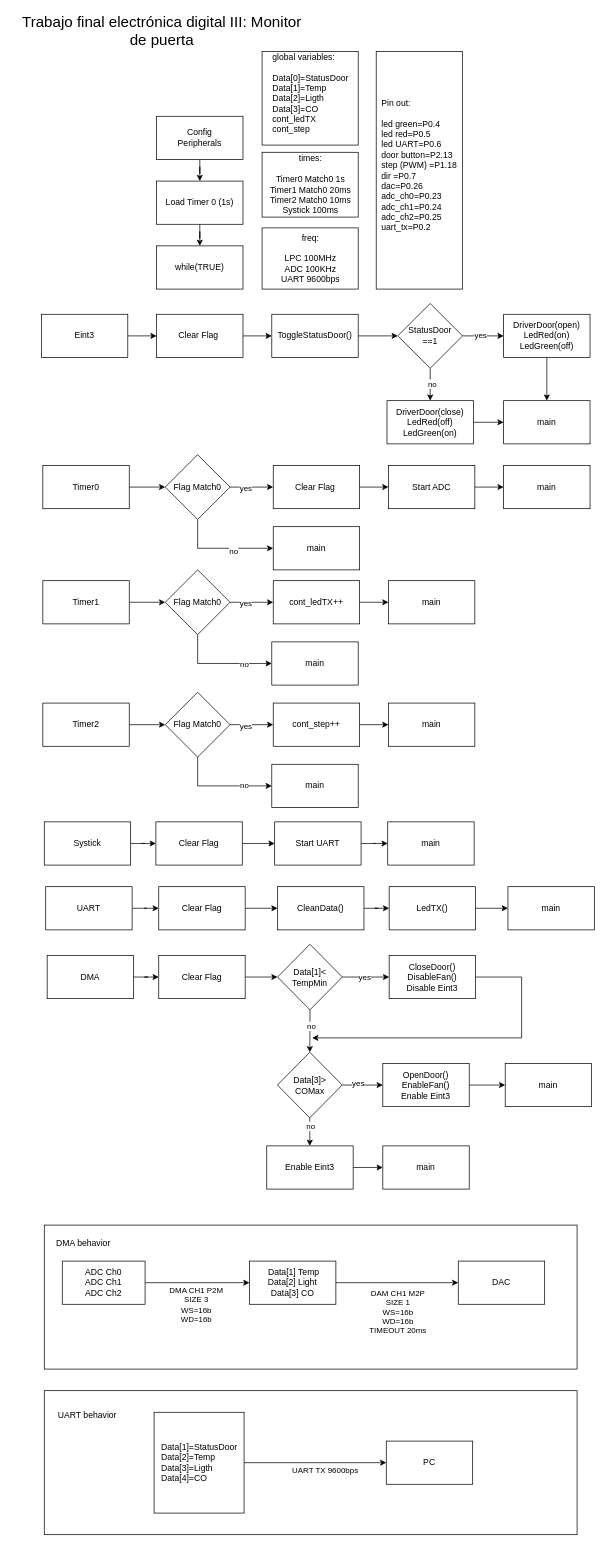
Above: images/Diagrama_ED3_TPF.drawio in ICOMP-UNC/Los-Intocables (draw.io), before the change. Source tidied: cells renumbered, new cells numbered last; positions are measured from the earlier drawing's top-left corner, leaving out a move shared by most shapes. Both pictures are drawn from the tidied source at 72%, with x=0, y=0 at pixel (12, 30).
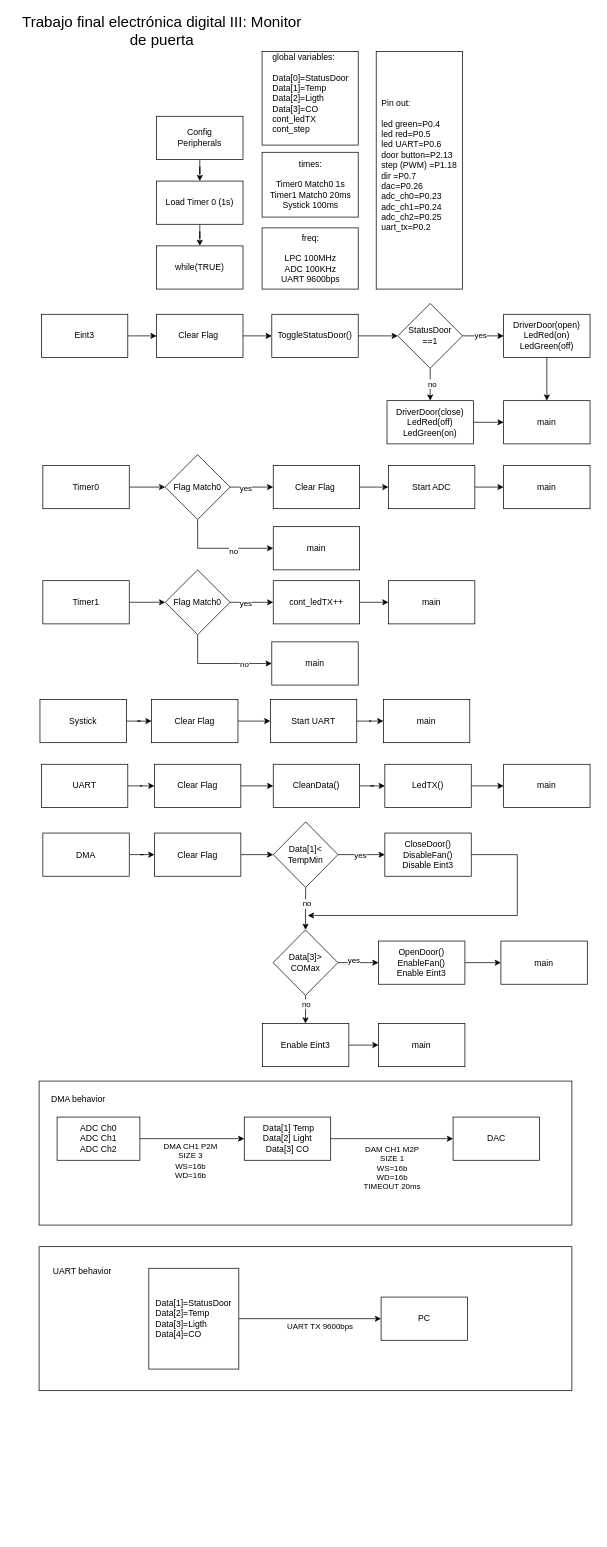
Above is the later version.

Commit message (it also covers changes not shown here):
funciones gpio dac

Change to the diagram source:
```diff
@@
     <mxCell id="36" value="Systick" style="rounded=0;whiteSpace=wrap;html=1;" parent="1" vertex="1">
-      <mxGeometry x="44" y="1100" width="120" height="60" as="geometry" />
+      <mxGeometry x="38" y="930" width="120" height="60" as="geometry" />
     </mxCell>
@@
     <mxCell id="38" value="Clear Flag" style="rounded=0;whiteSpace=wrap;html=1;" parent="1" vertex="1">
-      <mxGeometry x="199" y="1100" width="120" height="60" as="geometry" />
+      <mxGeometry x="193" y="930" width="120" height="60" as="geometry" />
     </mxCell>
@@
     <mxCell id="40" value="Start UART" style="whiteSpace=wrap;html=1;rounded=0;" parent="1" vertex="1">
-      <mxGeometry x="364" y="1100" width="120" height="60" as="geometry" />
+      <mxGeometry x="358" y="930" width="120" height="60" as="geometry" />
     </mxCell>
     <mxCell id="41" value="main" style="whiteSpace=wrap;html=1;rounded=0;" parent="1" vertex="1">
-      <mxGeometry x="521" y="1100" width="120" height="60" as="geometry" />
+      <mxGeometry x="515" y="930" width="120" height="60" as="geometry" />
     </mxCell>
@@
     <mxCell id="43" value="DMA" style="rounded=0;whiteSpace=wrap;html=1;" parent="1" vertex="1">
-      <mxGeometry x="48" y="1285.5" width="120" height="60" as="geometry" />
+      <mxGeometry x="42" y="1115.5" width="120" height="60" as="geometry" />
     </mxCell>
@@
     <mxCell id="48" value="Data[1]&amp;lt;&lt;div&gt;TempMin&lt;/div&gt;" style="rhombus;whiteSpace=wrap;html=1;" parent="1" vertex="1">
-      <mxGeometry x="368" y="1270" width="90" height="91" as="geometry" />
+      <mxGeometry x="362" y="1100" width="90" height="91" as="geometry" />
     </mxCell>
     <mxCell id="49" style="edgeStyle=orthogonalEdgeStyle;rounded=0;jettySize=auto;html=1;exitX=1;exitY=0.5;exitDx=0;exitDy=0;" parent="1" edge="1" source="50">
       <mxGeometry relative="1" as="geometry">
-        <mxPoint x="416" y="1400" as="targetPoint" />
+        <mxPoint x="410" y="1230" as="targetPoint" />
         <Array as="points">
-          <mxPoint x="707" y="1316" />
-          <mxPoint x="707" y="1400" />
+          <mxPoint x="701" y="1146" />
+          <mxPoint x="701" y="1230" />
         </Array>
       </mxGeometry>
     </mxCell>
     <mxCell id="50" value="&lt;div&gt;CloseDoor()&lt;/div&gt;&lt;div&gt;DisableFan()&lt;/div&gt;Disable Eint3" style="whiteSpace=wrap;html=1;" parent="1" vertex="1">
-      <mxGeometry x="523" y="1285.5" width="120" height="60" as="geometry" />
+      <mxGeometry x="517" y="1115.5" width="120" height="60" as="geometry" />
     </mxCell>
@@
     <mxCell id="52" value="&lt;div&gt;OpenDoor()&lt;/div&gt;&lt;div&gt;EnableFan()&lt;/div&gt;Enable Eint3" style="rounded=0;whiteSpace=wrap;html=1;" parent="1" vertex="1">
-      <mxGeometry x="514.2" y="1435.5" width="120" height="60" as="geometry" />
+      <mxGeometry x="508.2" y="1265.5" width="120" height="60" as="geometry" />
     </mxCell>
     <mxCell id="53" value="main" style="whiteSpace=wrap;html=1;rounded=0;" parent="1" vertex="1">
-      <mxGeometry x="684.2" y="1435.5" width="120" height="60" as="geometry" />
+      <mxGeometry x="678.2" y="1265.5" width="120" height="60" as="geometry" />
     </mxCell>
@@
     <mxCell id="55" value="UART" style="rounded=0;whiteSpace=wrap;html=1;" parent="1" vertex="1">
-      <mxGeometry x="46" y="1190" width="120" height="60" as="geometry" />
+      <mxGeometry x="40" y="1020" width="120" height="60" as="geometry" />
     </mxCell>
@@
     <mxCell id="57" value="Clear Flag" style="whiteSpace=wrap;html=1;rounded=0;" parent="1" vertex="1">
-      <mxGeometry x="203" y="1190" width="120" height="60" as="geometry" />
+      <mxGeometry x="197" y="1020" width="120" height="60" as="geometry" />
     </mxCell>
@@
     <mxCell id="59" value="CleanData()" style="rounded=0;whiteSpace=wrap;html=1;" parent="1" vertex="1">
-      <mxGeometry x="368" y="1190" width="120" height="60" as="geometry" />
+      <mxGeometry x="362" y="1020" width="120" height="60" as="geometry" />
     </mxCell>
     <mxCell id="60" value="main" style="whiteSpace=wrap;html=1;rounded=0;" parent="1" vertex="1">
-      <mxGeometry x="688" y="1190" width="120" height="60" as="geometry" />
+      <mxGeometry x="682" y="1020" width="120" height="60" as="geometry" />
     </mxCell>
@@
     <mxCell id="62" value="Clear Flag" style="whiteSpace=wrap;html=1;rounded=0;" parent="1" vertex="1">
-      <mxGeometry x="203" y="1285.5" width="120" height="60" as="geometry" />
+      <mxGeometry x="197" y="1115.5" width="120" height="60" as="geometry" />
     </mxCell>
     <mxCell id="63" value="&lt;blockquote style=&quot;margin: 0 0 0 40px; border: none; padding: 0px;&quot;&gt;&lt;br&gt;&lt;/blockquote&gt;" style="rounded=0;whiteSpace=wrap;html=1;align=left;" parent="1" vertex="1">
-      <mxGeometry x="44" y="1660" width="740" height="200" as="geometry" />
+      <mxGeometry x="36.8" y="1460" width="740" height="200" as="geometry" />
     </mxCell>
@@
     <mxCell id="66" value="ADC Ch0&lt;div&gt;ADC Ch1&lt;/div&gt;&lt;div&gt;ADC Ch2&lt;/div&gt;" style="rounded=0;whiteSpace=wrap;html=1;" parent="1" vertex="1">
-      <mxGeometry x="69" y="1710" width="115" height="60" as="geometry" />
+      <mxGeometry x="61.8" y="1510" width="115" height="60" as="geometry" />
     </mxCell>
@@
     <mxCell id="69" value="&amp;nbsp;Data[1] Temp&lt;div&gt;&lt;span style=&quot;background-color: initial;&quot;&gt;Data[2] Light&lt;/span&gt;&lt;/div&gt;&lt;div&gt;&lt;span style=&quot;background-color: initial;&quot;&gt;Data[3] CO&lt;/span&gt;&lt;/div&gt;" style="whiteSpace=wrap;html=1;rounded=0;" parent="1" vertex="1">
-      <mxGeometry x="329" y="1710" width="120" height="60" as="geometry" />
+      <mxGeometry x="321.8" y="1510" width="120" height="60" as="geometry" />
     </mxCell>
     <mxCell id="70" value="DAC" style="whiteSpace=wrap;html=1;rounded=0;" parent="1" vertex="1">
-      <mxGeometry x="619" y="1710" width="120" height="60" as="geometry" />
+      <mxGeometry x="611.8" y="1510" width="120" height="60" as="geometry" />
     </mxCell>
     <mxCell id="71" value="DMA behavior" style="text;html=1;align=center;verticalAlign=middle;whiteSpace=wrap;rounded=0;" parent="1" vertex="1">
-      <mxGeometry x="44" y="1670" width="109" height="30" as="geometry" />
+      <mxGeometry x="36.8" y="1470" width="109" height="30" as="geometry" />
     </mxCell>
     <mxCell id="72" value="&lt;blockquote style=&quot;margin: 0 0 0 40px; border: none; padding: 0px;&quot;&gt;&lt;br&gt;&lt;/blockquote&gt;" style="rounded=0;whiteSpace=wrap;html=1;align=left;" parent="1" vertex="1">
-      <mxGeometry x="44" y="1890" width="740" height="200" as="geometry" />
+      <mxGeometry x="36.8" y="1690" width="740" height="200" as="geometry" />
     </mxCell>
     <mxCell id="73" value="UART behavior" style="text;html=1;align=center;verticalAlign=middle;whiteSpace=wrap;rounded=0;" parent="1" vertex="1">
-      <mxGeometry x="61.2" y="1910" width="85.5" height="30" as="geometry" />
+      <mxGeometry x="54" y="1710" width="85.5" height="30" as="geometry" />
     </mxCell>
@@
     <mxCell id="76" value="&lt;div style=&quot;text-align: justify;&quot;&gt;&lt;span style=&quot;background-color: initial;&quot;&gt;Data[1]=StatusDoor&lt;/span&gt;&lt;/div&gt;&lt;div style=&quot;text-align: justify;&quot;&gt;Data[2]=Temp&lt;/div&gt;&lt;div style=&quot;text-align: justify;&quot;&gt;Data[3]=Ligth&lt;/div&gt;&lt;div style=&quot;text-align: justify;&quot;&gt;Data[4]=CO&lt;/div&gt;" style="rounded=0;whiteSpace=wrap;html=1;" parent="1" vertex="1">
-      <mxGeometry x="196.5" y="1920" width="125" height="140" as="geometry" />
+      <mxGeometry x="189.2" y="1720" width="125" height="140" as="geometry" />
     </mxCell>
     <mxCell id="77" value="PC" style="whiteSpace=wrap;html=1;rounded=0;" parent="1" vertex="1">
-      <mxGeometry x="519" y="1960" width="120" height="60" as="geometry" />
+      <mxGeometry x="511.8" y="1760" width="120" height="60" as="geometry" />
     </mxCell>
@@
-    <mxCell id="79" value="&lt;div&gt;times:&lt;/div&gt;&lt;div&gt;&lt;br&gt;&lt;/div&gt;Timer0 Match0 1s&lt;div&gt;Timer1 Match0 20ms&lt;/div&gt;&lt;div&gt;Timer2 Match0 10ms&lt;br&gt;&lt;div&gt;Systick 100ms&lt;/div&gt;&lt;/div&gt;" style="rounded=0;whiteSpace=wrap;html=1;" parent="1" vertex="1">
+    <mxCell id="79" value="&lt;div&gt;times:&lt;/div&gt;&lt;div&gt;&lt;br&gt;&lt;/div&gt;Timer0 Match0 1s&lt;div&gt;Timer1 Match0 20ms&lt;/div&gt;&lt;div&gt;&lt;div&gt;Systick 100ms&lt;/div&gt;&lt;/div&gt;" style="rounded=0;whiteSpace=wrap;html=1;" parent="1" vertex="1">
       <mxGeometry x="346.5" y="170" width="133.5" height="90" as="geometry" />
     </mxCell>
@@
     <mxCell id="85" style="edgeStyle=orthogonalEdgeStyle;rounded=0;jettySize=auto;html=1;" parent="1" edge="1" source="87">
       <mxGeometry relative="1" as="geometry">
-        <mxPoint x="412.8" y="1550" as="targetPoint" />
+        <mxPoint x="406.8" y="1380" as="targetPoint" />
       </mxGeometry>
     </mxCell>
@@
     <mxCell id="87" value="Data[3]&amp;gt;&lt;div&gt;COMax&lt;/div&gt;" style="rhombus;whiteSpace=wrap;html=1;" parent="1" vertex="1">
-      <mxGeometry x="367.8" y="1420" width="90" height="91" as="geometry" />
+      <mxGeometry x="361.8" y="1250" width="90" height="91" as="geometry" />
     </mxCell>
@@
     <mxCell id="89" value="LedTX()" style="whiteSpace=wrap;html=1;rounded=0;" parent="1" vertex="1">
-      <mxGeometry x="523" y="1190" width="120" height="60" as="geometry" />
+      <mxGeometry x="517" y="1020" width="120" height="60" as="geometry" />
     </mxCell>
@@
     <mxCell id="91" value="Enable Eint3" style="rounded=0;whiteSpace=wrap;html=1;" parent="1" vertex="1">
-      <mxGeometry x="353" y="1550" width="120" height="60" as="geometry" />
+      <mxGeometry x="347" y="1380" width="120" height="60" as="geometry" />
     </mxCell>
     <mxCell id="92" value="main" style="whiteSpace=wrap;html=1;rounded=0;" parent="1" vertex="1">
-      <mxGeometry x="514.2" y="1550" width="120" height="60" as="geometry" />
+      <mxGeometry x="508.2" y="1380" width="120" height="60" as="geometry" />
     </mxCell>
@@
-    <mxCell id="105" style="edgeStyle=orthogonalEdgeStyle;rounded=0;jettySize=auto;html=1;" parent="1" edge="1" source="106" target="111">
-      <mxGeometry relative="1" as="geometry" />
-    </mxCell>
-    <mxCell id="106" value="Timer2" style="rounded=0;whiteSpace=wrap;html=1;" parent="1" vertex="1">
-      <mxGeometry x="42" y="935" width="120" height="60" as="geometry" />
-    </mxCell>
-    <mxCell id="107" style="edgeStyle=orthogonalEdgeStyle;rounded=0;jettySize=auto;html=1;" parent="1" edge="1" source="111" target="113">
-      <mxGeometry relative="1" as="geometry" />
-    </mxCell>
-    <mxCell id="108" value="yes" style="edgeLabel;html=1;align=center;verticalAlign=middle;" parent="107" vertex="1">
-      <mxGeometry x="-0.3" y="-1" relative="1" as="geometry" />
-    </mxCell>
-    <mxCell id="109" style="edgeStyle=orthogonalEdgeStyle;rounded=0;jettySize=auto;html=1;entryX=0;entryY=0.5;entryDx=0;entryDy=0;" parent="1" edge="1" source="111" target="115">
-      <mxGeometry relative="1" as="geometry">
-        <Array as="points">
-          <mxPoint x="257" y="1050" />
-        </Array>
-      </mxGeometry>
-    </mxCell>
-    <mxCell id="110" value="no" style="edgeLabel;html=1;align=center;verticalAlign=middle;" parent="109" vertex="1">
-      <mxGeometry x="0.45" y="1" relative="1" as="geometry" />
-    </mxCell>
-    <mxCell id="111" value="Flag Match0" style="rhombus;whiteSpace=wrap;html=1;rounded=0;" parent="1" vertex="1">
-      <mxGeometry x="212" y="920" width="90" height="90" as="geometry" />
-    </mxCell>
-    <mxCell id="112" style="edgeStyle=orthogonalEdgeStyle;rounded=0;jettySize=auto;html=1;" parent="1" edge="1" source="113" target="114">
-      <mxGeometry relative="1" as="geometry" />
-    </mxCell>
-    <mxCell id="113" value="cont_step++" style="whiteSpace=wrap;html=1;rounded=0;" parent="1" vertex="1">
-      <mxGeometry x="362" y="935" width="120" height="60" as="geometry" />
-    </mxCell>
-    <mxCell id="114" value="main" style="rounded=0;whiteSpace=wrap;html=1;" parent="1" vertex="1">
-      <mxGeometry x="522" y="935" width="120" height="60" as="geometry" />
-    </mxCell>
-    <mxCell id="115" value="main" style="rounded=0;whiteSpace=wrap;html=1;" parent="1" vertex="1">
-      <mxGeometry x="360" y="1020" width="120" height="60" as="geometry" />
-    </mxCell>
```
